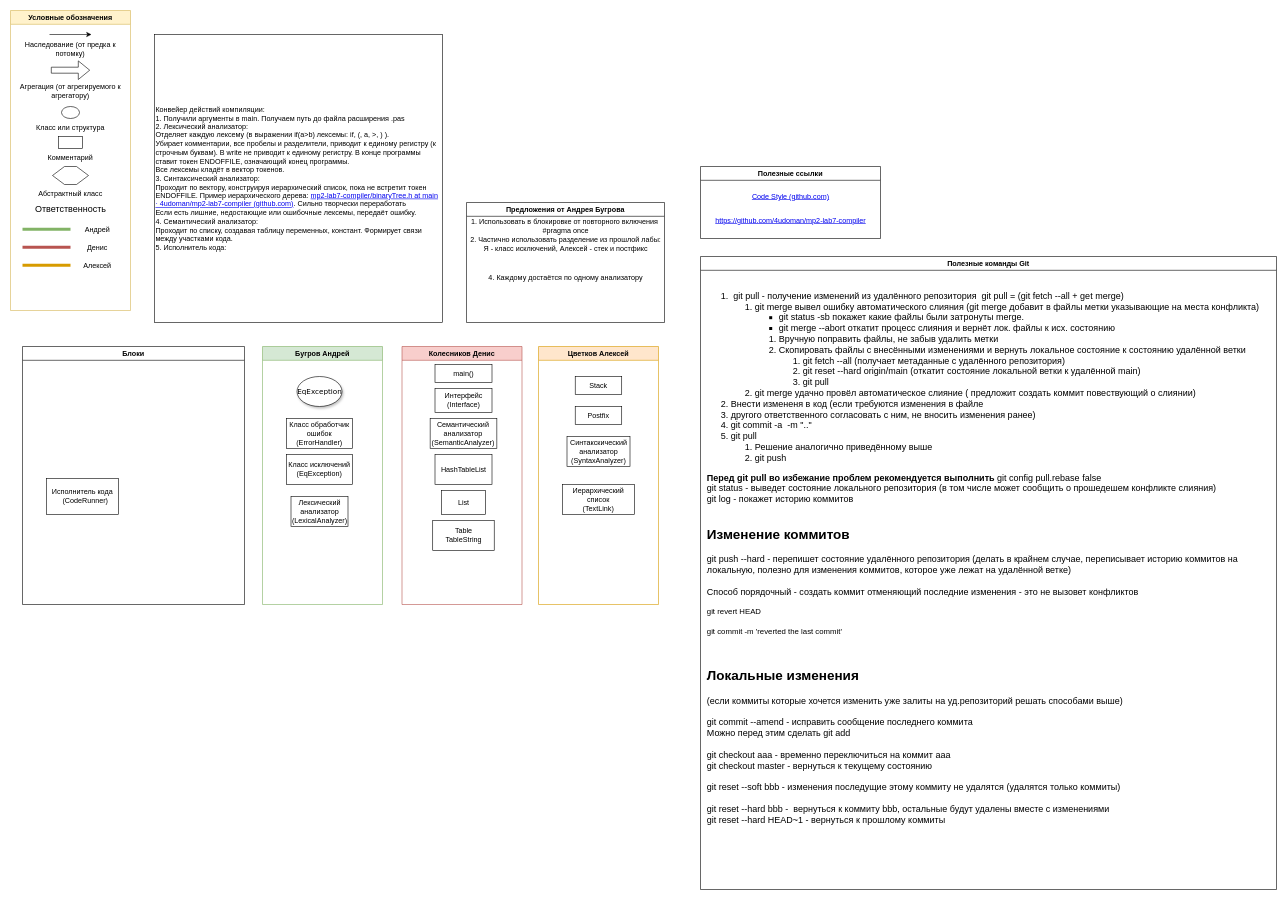
The draw.io diagram Class_Diagram.drawio in ParkerProbe/mp2-lab7-compiler, before the edit. Source tidied: cells renumbered, new cells numbered last; positions are measured from the earlier drawing's top-left corner, leaving out a move shared by most shapes. Both pictures are drawn from the tidied source at 60%, with x=0, y=0 at pixel (10, 10).
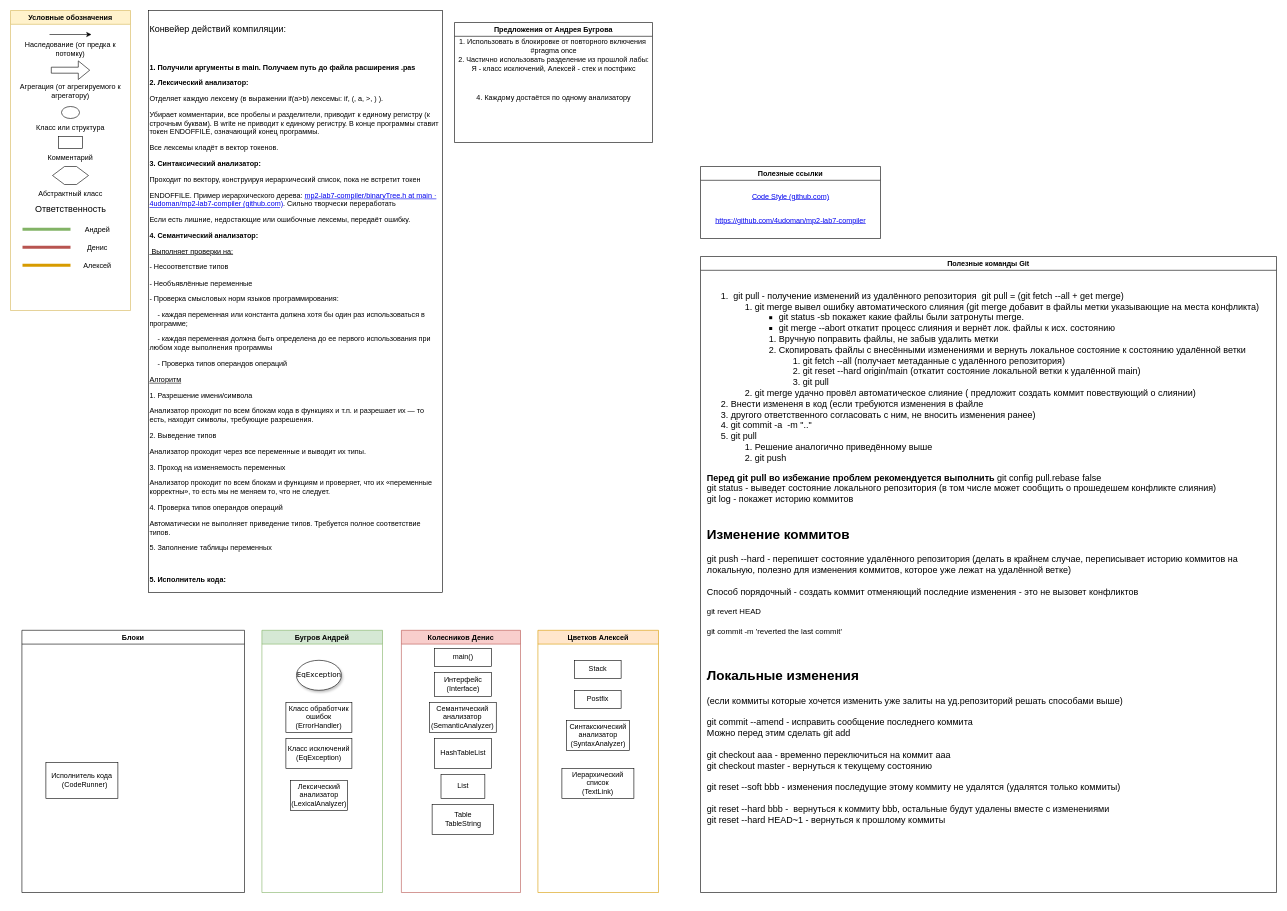
Above is the later version.

Diff of the diagram source:
```diff
@@
     <mxCell id="23" value="Бугров Андрей" style="swimlane;fillColor=#d5e8d4;strokeColor=#82b366;" parent="1" vertex="1">
-      <mxGeometry x="420" y="560" width="200" height="430" as="geometry" />
+      <mxGeometry x="419" y="1033" width="201" height="437" as="geometry" />
     </mxCell>
@@
     <mxCell id="28" value="Колесников Денис" style="swimlane;fillColor=#f8cecc;strokeColor=#b85450;" parent="1" vertex="1">
-      <mxGeometry x="652.5" y="560" width="200" height="430" as="geometry" />
+      <mxGeometry x="651.5" y="1033" width="198.5" height="437" as="geometry" />
     </mxCell>
@@
     <mxCell id="35" value="Цветков Алексей" style="swimlane;fillColor=#ffe6cc;strokeColor=#d79b00;" parent="1" vertex="1">
-      <mxGeometry x="880" y="560" width="200" height="430" as="geometry" />
+      <mxGeometry x="879" y="1033" width="201" height="437" as="geometry" />
     </mxCell>
@@
     <mxCell id="40" value="Блоки" style="swimlane;" parent="1" vertex="1">
-      <mxGeometry x="20" y="560" width="370" height="430" as="geometry" />
+      <mxGeometry x="19" y="1033" width="371" height="437" as="geometry" />
     </mxCell>
@@
     <mxCell id="42" value="Полезные команды Git" style="swimlane;" parent="1" vertex="1">
-      <mxGeometry x="1150" y="410" width="960" height="1055" as="geometry" />
+      <mxGeometry x="1150" y="410" width="960" height="1060" as="geometry" />
     </mxCell>
@@
     <mxCell id="45" value="Предложения от Андрея Бугрова" style="swimlane;" parent="1" vertex="1">
-      <mxGeometry x="760" y="320" width="330" height="200" as="geometry" />
+      <mxGeometry x="740" y="20" width="330" height="200" as="geometry" />
     </mxCell>
@@
-    <mxCell id="49" value="&lt;div&gt;Конвейер действий компиляции:&lt;/div&gt;&lt;div&gt;1. Получили аргументы в main. Получаем путь до файла расширения .pas&lt;/div&gt;&lt;div&gt;2. Лексический анализатор:&lt;/div&gt;&lt;div&gt;Отделяет каждую лексему (в выражении if(a&amp;gt;b) лексемы: if, (, a, &amp;gt;, ) ).&lt;/div&gt;&lt;div&gt;Убирает комментарии, все пробелы и разделители, приводит к единому регистру (к строчным буквам). В write не приводит к единому регистру. В конце программы ставит токен ENDOFFILE, означающий конец программы.&lt;/div&gt;&lt;div&gt;Все лексемы кладёт в вектор токенов.&lt;/div&gt;&lt;div&gt;3. Синтаксический анализатор:&lt;/div&gt;&lt;div&gt;Проходит по вектору, конструируя иерархический список, пока не встретит токен&amp;nbsp;&lt;/div&gt;ENDOFFILE. Пример иерархического дерева:&amp;nbsp;&lt;a href=&quot;https://github.com/4udoman/mp2-lab7-compiler/blob/main/data_structures/binaryTree.h&quot;&gt;mp2-lab7-compiler/binaryTree.h at main · 4udoman/mp2-lab7-compiler (github.com)&lt;/a&gt;. Сильно творчески переработать&lt;div&gt;Если есть лишние, недостающие или ошибочные лексемы, передаёт ошибку.&lt;/div&gt;&lt;div&gt;4. Семантический анализатор:&amp;nbsp;&lt;/div&gt;&lt;div&gt;Проходит по списку, создавая таблицу переменных, констант. Формирует связи между участками кода.&amp;nbsp;&lt;/div&gt;&lt;div&gt;5. Исполнитель кода:&amp;nbsp;&lt;/div&gt;" style="rounded=0;whiteSpace=wrap;html=1;align=left;" parent="1" vertex="1">
-      <mxGeometry x="240" y="40" width="480" height="480" as="geometry" />
+    <mxCell id="49" value="&lt;div style=&quot;font-size: 15px;&quot;&gt;&lt;p&gt;&lt;font face=&quot;Helvetica&quot;&gt;Конвейер действий компиляции:&lt;/font&gt;&lt;/p&gt;&lt;/div&gt;&lt;div style=&quot;font-size: 15px;&quot;&gt;&lt;p&gt;&lt;font face=&quot;Helvetica&quot;&gt;&lt;br&gt;&lt;/font&gt;&lt;/p&gt;&lt;/div&gt;&lt;div&gt;&lt;p&gt;&lt;font face=&quot;Helvetica&quot;&gt;&lt;b&gt;1. Получили аргументы в main. Получаем путь до файла расширения .pas&lt;/b&gt;&lt;/font&gt;&lt;/p&gt;&lt;/div&gt;&lt;div&gt;&lt;p&gt;&lt;font face=&quot;Helvetica&quot;&gt;&lt;b&gt;2. Лексический анализатор:&lt;/b&gt;&lt;/font&gt;&lt;/p&gt;&lt;/div&gt;&lt;div&gt;&lt;p&gt;&lt;font face=&quot;Helvetica&quot;&gt;Отделяет каждую лексему (в выражении if(a&amp;gt;b) лексемы: if, (, a, &amp;gt;, ) ).&lt;/font&gt;&lt;/p&gt;&lt;/div&gt;&lt;div&gt;&lt;p&gt;&lt;font face=&quot;Helvetica&quot;&gt;Убирает комментарии, все пробелы и разделители, приводит к единому регистру (к строчным буквам). В write не приводит к единому регистру. В конце программы ставит токен ENDOFFILE, означающий конец программы.&lt;/font&gt;&lt;/p&gt;&lt;/div&gt;&lt;div&gt;&lt;p&gt;&lt;font face=&quot;Helvetica&quot;&gt;Все лексемы кладёт в вектор токенов.&lt;/font&gt;&lt;/p&gt;&lt;/div&gt;&lt;div&gt;&lt;p&gt;&lt;font face=&quot;Helvetica&quot;&gt;&lt;b&gt;3. Синтаксический анализатор:&lt;/b&gt;&lt;/font&gt;&lt;/p&gt;&lt;/div&gt;&lt;div&gt;&lt;p&gt;&lt;font face=&quot;Helvetica&quot;&gt;Проходит по вектору, конструируя иерархический список, пока не встретит токен&amp;nbsp;&lt;/font&gt;&lt;/p&gt;&lt;/div&gt;&lt;p&gt;&lt;font face=&quot;Helvetica&quot;&gt;ENDOFFILE. Пример иерархического дерева:&amp;nbsp;&lt;a href=&quot;https://github.com/4udoman/mp2-lab7-compiler/blob/main/data_structures/binaryTree.h&quot;&gt;mp2-lab7-compiler/binaryTree.h at main · 4udoman/mp2-lab7-compiler (github.com)&lt;/a&gt;. Сильно творчески переработать&lt;/font&gt;&lt;/p&gt;&lt;div&gt;&lt;p&gt;&lt;font face=&quot;Helvetica&quot;&gt;Если есть лишние, недостающие или ошибочные лексемы, передаёт ошибку.&lt;/font&gt;&lt;/p&gt;&lt;/div&gt;&lt;div&gt;&lt;p&gt;&lt;font face=&quot;Helvetica&quot;&gt;&lt;b&gt;4. Семантический анализатор: &lt;br&gt;&lt;/b&gt;&lt;/font&gt;&lt;/p&gt;&lt;/div&gt;&lt;div&gt;&lt;p&gt;&lt;u&gt;&lt;font face=&quot;Helvetica&quot;&gt;&amp;nbsp;Выполняет проверки на: &lt;/font&gt;&lt;/u&gt;&lt;/p&gt;&lt;/div&gt;&lt;p&gt;&lt;font face=&quot;Helvetica&quot;&gt;- Несоответствие типов&lt;/font&gt;&lt;/p&gt;&lt;p&gt;&lt;font face=&quot;Helvetica&quot;&gt;- Необъявлённые переменные&lt;/font&gt;&lt;/p&gt;&lt;p&gt;&lt;font face=&quot;Helvetica&quot;&gt;- Проверка смысловых норм языков программирования:&lt;/font&gt;&lt;/p&gt;&lt;p&gt;&lt;font face=&quot;Helvetica&quot;&gt;&amp;nbsp;&amp;nbsp; &amp;nbsp;- каждая переменная или константа должна хотя бы один раз использоваться в программе;&lt;/font&gt;&lt;/p&gt;&lt;p&gt;&lt;font face=&quot;Helvetica&quot;&gt;&amp;nbsp;&amp;nbsp; &amp;nbsp;- каждая переменная должна быть определена до ее первого использования при любом ходе выполнения программы&lt;/font&gt;&lt;/p&gt;&lt;p&gt;&lt;font face=&quot;Helvetica&quot;&gt;&amp;nbsp;&amp;nbsp; &amp;nbsp;- Проверка типов операндов операций&lt;/font&gt;&lt;/p&gt;&lt;p&gt;&lt;u&gt;&lt;font face=&quot;Helvetica&quot;&gt;Алгоритм&lt;/font&gt;&lt;/u&gt;&lt;/p&gt;&lt;p&gt;&lt;font face=&quot;Helvetica&quot;&gt;1. Разрешение имени/символа&lt;/font&gt;&lt;/p&gt;&lt;div&gt;&lt;p&gt;&lt;font face=&quot;Helvetica&quot;&gt;Анализатор проходит по всем блокам кода в функциях и т.п. и разрешает их — то есть, находит символы, требующие разрешения.&lt;/font&gt;&lt;/p&gt;&lt;/div&gt;&lt;p&gt;&lt;font face=&quot;Helvetica&quot;&gt;2. Выведение типов &lt;/font&gt;&lt;/p&gt;&lt;div&gt;&lt;p&gt;&lt;font face=&quot;Helvetica&quot;&gt;Анализатор проходит через все переменные и выводит их типы.&lt;/font&gt;&lt;/p&gt;&lt;/div&gt;&lt;p&gt;&lt;font face=&quot;Helvetica&quot;&gt;3. Проход на изменяемость переменных &lt;/font&gt;&lt;/p&gt;&lt;p&gt;&lt;font face=&quot;Helvetica&quot;&gt;Анализатор проходит по всем блокам и функциям и проверяет, что их «переменные корректны», то есть мы не меняем то, что не следует.&lt;/font&gt;&lt;/p&gt;&lt;p&gt;&lt;font face=&quot;Helvetica&quot;&gt;4. Проверка типов операндов операций&lt;/font&gt;&lt;/p&gt;&lt;p&gt;&lt;font face=&quot;Helvetica&quot;&gt;Автоматически не выполняет приведение типов. Требуется полное соответствие типов. &lt;br&gt;&lt;/font&gt;&lt;/p&gt;&lt;p&gt;&lt;font face=&quot;Helvetica&quot;&gt;5. Заполнение таблицы переменных&lt;/font&gt;&lt;/p&gt;&lt;div&gt;&lt;p&gt;&lt;font face=&quot;Helvetica&quot;&gt;&lt;br&gt;&lt;/font&gt;&lt;/p&gt;&lt;/div&gt;&lt;div&gt;&lt;p&gt;&lt;font face=&quot;Helvetica&quot;&gt;&lt;b&gt;5. Исполнитель кода:&amp;nbsp;&lt;/b&gt;&lt;/font&gt;&lt;/p&gt;&lt;/div&gt;" style="rounded=0;whiteSpace=wrap;html=1;align=left;verticalAlign=top;" parent="1" vertex="1">
+      <mxGeometry x="230" width="490" height="970" as="geometry" />
     </mxCell>
```
